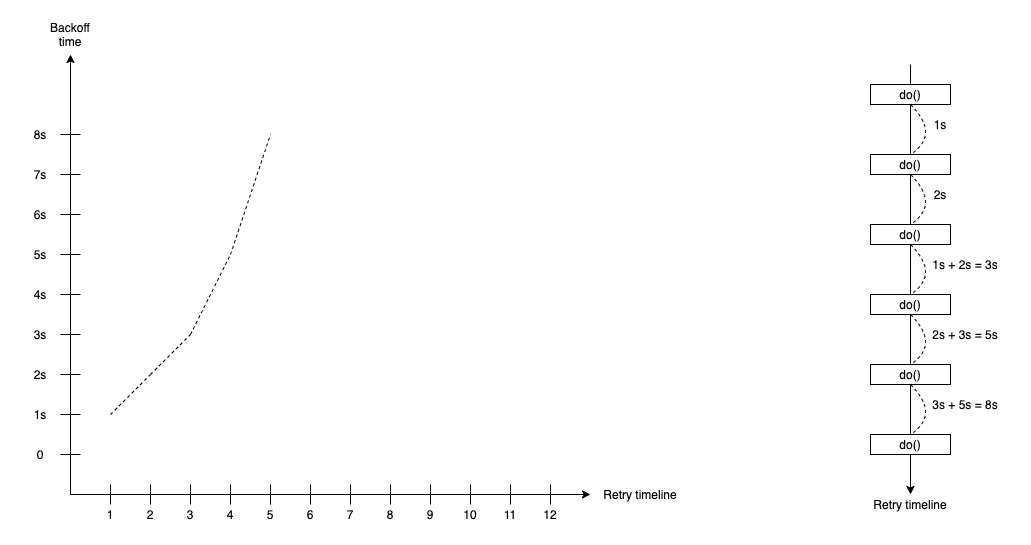
Above: images/retry_strategies/retry_strategies-fibonacci_backoff.png in ledongthuc/ledongthuc.github.io (draw.io), before the change. Source tidied: cells renumbered, new cells last; positions are measured from the earlier drawing's top-left corner, leaving out a move shared by most shapes.
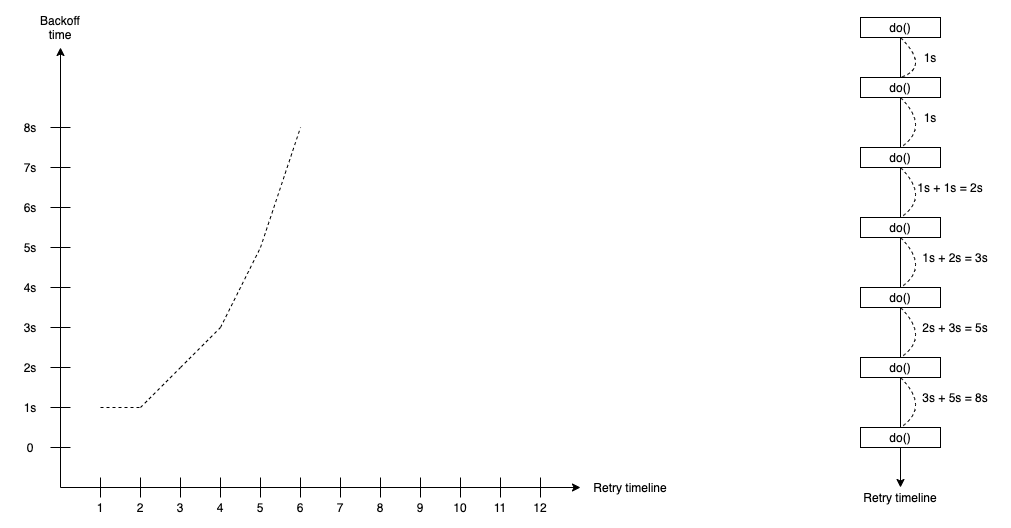
Above is the later version.

Commit message:
Automated deployment: Sun Jul 24 09:23:10 UTC 2022 503ba7c276af708b6bdfb9ed1acac8871498df6b

Change to the diagram source:
```diff
@@ -139,14 +139,12 @@
     </mxCell>
     <mxCell id="32" style="endArrow=none;dashed=1;html=1;" parent="1" edge="1">
       <mxGeometry relative="1" as="geometry">
-        <mxPoint x="130" y="350" as="sourcePoint" />
-        <mxPoint x="170" y="310" as="targetPoint" />
+        <mxPoint x="170" y="350" as="sourcePoint" />
+        <mxPoint x="210" y="310" as="targetPoint" />
       </mxGeometry>
     </mxCell>
-    <mxCell id="33" style="endArrow=classic;html=1;entryX=0.5;entryY=0;entryDx=0;entryDy=0;" parent="1" edge="1" target="34">
-      <mxGeometry relative="1" as="geometry">
-        <mxPoint x="890" y="40" as="sourcePoint" />
-      </mxGeometry>
+    <mxCell id="33" style="endArrow=classic;html=1;entryX=0.5;entryY=0;entryDx=0;entryDy=0;" parent="1" edge="1" source="71" target="34">
+      <mxGeometry relative="1" as="geometry" />
     </mxCell>
     <mxCell id="34" value="Retry timeline" style="text;html=1;strokeColor=none;fillColor=none;align=center;verticalAlign=middle;whiteSpace=wrap;rounded=0;" parent="1" vertex="1">
       <mxGeometry x="850" y="470" width="80" height="20" as="geometry" />
@@ -182,8 +180,8 @@
         </Array>
       </mxGeometry>
     </mxCell>
-    <mxCell id="43" value="2s" style="text;html=1;strokeColor=none;fillColor=none;align=center;verticalAlign=middle;whiteSpace=wrap;rounded=0;" parent="1" vertex="1">
-      <mxGeometry x="900" y="160" width="40" height="20" as="geometry" />
+    <mxCell id="43" value="1s + 1s = 2s" style="text;html=1;strokeColor=none;fillColor=none;align=center;verticalAlign=middle;whiteSpace=wrap;rounded=0;" parent="1" vertex="1">
+      <mxGeometry x="900" y="160" width="80" height="20" as="geometry" />
     </mxCell>
     <mxCell id="44" style="curved=1;endArrow=none;html=1;exitX=0.5;exitY=1;exitDx=0;exitDy=0;entryX=0.5;entryY=0;entryDx=0;entryDy=0;dashed=1;endFill=0;" parent="1" edge="1">
       <mxGeometry relative="1" as="geometry">
@@ -235,8 +233,8 @@
     </mxCell>
     <mxCell id="53" style="endArrow=none;dashed=1;html=1;" parent="1" edge="1">
       <mxGeometry relative="1" as="geometry">
-        <mxPoint x="170" y="310" as="sourcePoint" />
-        <mxPoint x="210" y="230" as="targetPoint" />
+        <mxPoint x="210" y="310" as="sourcePoint" />
+        <mxPoint x="250" y="230" as="targetPoint" />
       </mxGeometry>
     </mxCell>
     <mxCell id="54" style="endArrow=none;html=1;" parent="1" edge="1">
@@ -250,8 +248,8 @@
     </mxCell>
     <mxCell id="56" style="endArrow=none;dashed=1;html=1;" parent="1" edge="1">
       <mxGeometry relative="1" as="geometry">
-        <mxPoint x="90" y="390" as="sourcePoint" />
-        <mxPoint x="130" y="350" as="targetPoint" />
+        <mxPoint x="130" y="390" as="sourcePoint" />
+        <mxPoint x="170" y="350" as="targetPoint" />
       </mxGeometry>
     </mxCell>
     <mxCell id="57" style="endArrow=none;html=1;" parent="1" edge="1">
@@ -283,8 +281,8 @@
     </mxCell>
     <mxCell id="63" style="endArrow=none;dashed=1;html=1;" parent="1" edge="1">
       <mxGeometry relative="1" as="geometry">
-        <mxPoint x="210" y="230" as="sourcePoint" />
-        <mxPoint x="250" y="110" as="targetPoint" />
+        <mxPoint x="250" y="230" as="sourcePoint" />
+        <mxPoint x="290" y="110" as="targetPoint" />
       </mxGeometry>
     </mxCell>
     <mxCell id="64" value="do()" style="rounded=0;whiteSpace=wrap;html=1;" parent="1" vertex="1">
@@ -317,5 +315,31 @@
         </Array>
       </mxGeometry>
     </mxCell>
+    <mxCell id="70" style="endArrow=none;dashed=1;html=1;" parent="1" edge="1">
+      <mxGeometry relative="1" as="geometry">
+        <mxPoint x="90" y="390" as="sourcePoint" />
+        <mxPoint x="130" y="390" as="targetPoint" />
+      </mxGeometry>
+    </mxCell>
+    <mxCell id="71" value="do()" style="rounded=0;whiteSpace=wrap;html=1;" parent="1" vertex="1">
+      <mxGeometry x="850" width="80" height="20" as="geometry" />
+    </mxCell>
+    <mxCell id="72" style="endArrow=classic;html=1;entryX=0.5;entryY=0;entryDx=0;entryDy=0;" parent="1" edge="1" target="71">
+      <mxGeometry relative="1" as="geometry">
+        <mxPoint x="890" as="sourcePoint" />
+      </mxGeometry>
+    </mxCell>
+    <mxCell id="73" value="1s" style="text;html=1;strokeColor=none;fillColor=none;align=center;verticalAlign=middle;whiteSpace=wrap;rounded=0;" parent="1" vertex="1">
+      <mxGeometry x="900" y="30" width="40" height="20" as="geometry" />
+    </mxCell>
+    <mxCell id="74" style="curved=1;endArrow=none;html=1;exitX=0.5;exitY=1;exitDx=0;exitDy=0;dashed=1;endFill=0;" parent="1" edge="1">
+      <mxGeometry relative="1" as="geometry">
+        <mxPoint x="890" y="20" as="sourcePoint" />
+        <mxPoint x="890" y="60" as="targetPoint" />
+        <Array as="points">
+          <mxPoint x="920" y="50" />
+        </Array>
+      </mxGeometry>
+    </mxCell>
   </root>
 </mxGraphModel>
```
